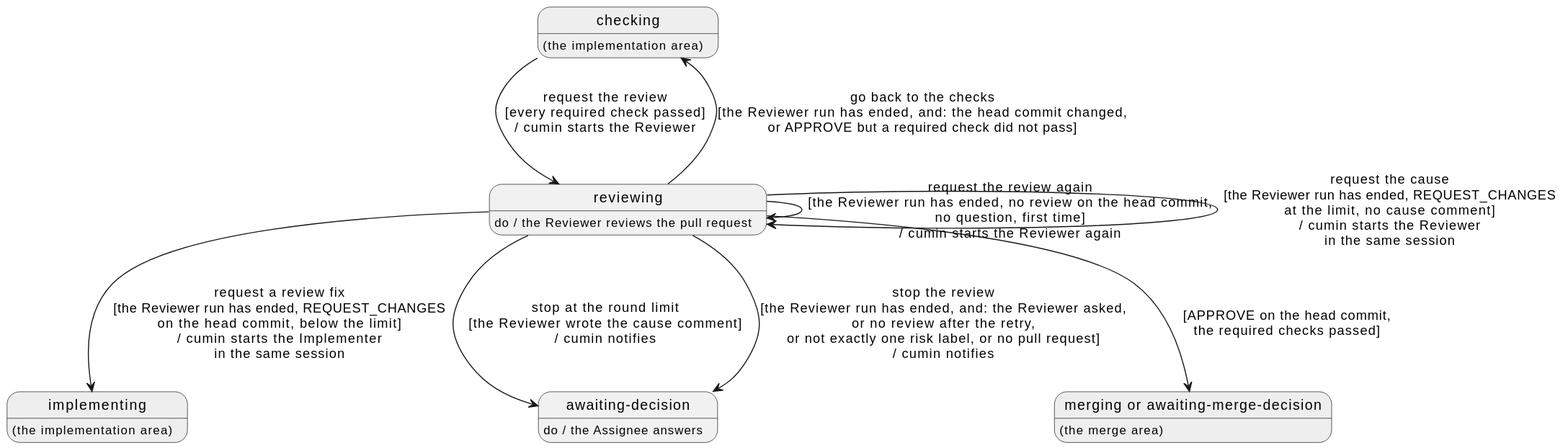
cloveclovedev/cumin-works keeps this PlantUML diagram as docs/ja/requirements/review/overview.svg. Above is the earlier version.
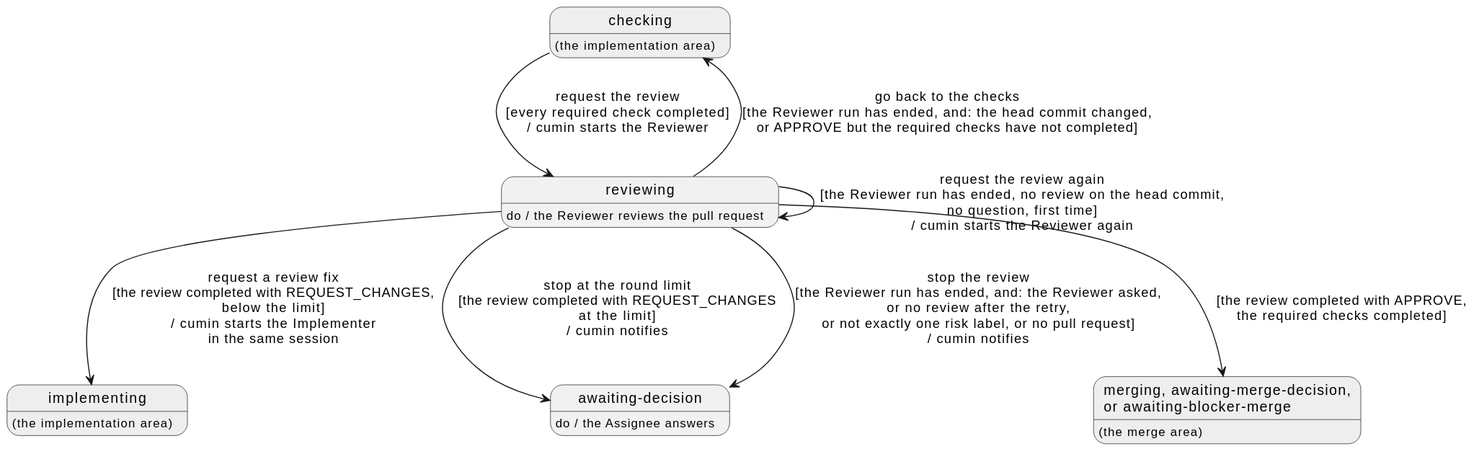
The same file after the commit.

Commit message:
docs(requirements): let the Reviewer of the last round ask the Assignee directly

What changed in the source:
```diff
@@ -14,15 +14,14 @@
 state "awaiting-decision" as Decision
 Decision : do / the Assignee answers
 
-state "merging or awaiting-merge-decision" as Merge #EEEEEE
+state "merging, awaiting-merge-decision,\nor awaiting-blocker-merge" as Merge #EEEEEE
 Merge : (the merge area)
 
-Checking --> Reviewing : request the review\n[every required check passed]\n/ cumin starts the Reviewer
-Reviewing --> Implementing : request a review fix\n[the Reviewer run has ended, REQUEST_CHANGES\non the head commit, below the limit]\n/ cumin starts the Implementer\nin the same session
-Reviewing --> Checking : go back to the checks\n[the Reviewer run has ended, and: the head commit changed,\nor APPROVE but a required check did not pass]
+Checking --> Reviewing : request the review\n[every required check completed]\n/ cumin starts the Reviewer
+Reviewing --> Implementing : request a review fix\n[the review completed with REQUEST_CHANGES,\nbelow the limit]\n/ cumin starts the Implementer\nin the same session
+Reviewing --> Checking : go back to the checks\n[the Reviewer run has ended, and: the head commit changed,\nor APPROVE but the required checks have not completed]
 Reviewing --> Reviewing : request the review again\n[the Reviewer run has ended, no review on the head commit,\nno question, first time]\n/ cumin starts the Reviewer again
-Reviewing --> Reviewing : request the cause\n[the Reviewer run has ended, REQUEST_CHANGES\nat the limit, no cause comment]\n/ cumin starts the Reviewer\nin the same session
-Reviewing --> Decision : stop at the round limit\n[the Reviewer wrote the cause comment]\n/ cumin notifies
+Reviewing --> Decision : stop at the round limit\n[the review completed with REQUEST_CHANGES\nat the limit]\n/ cumin notifies
 Reviewing --> Decision : stop the review\n[the Reviewer run has ended, and: the Reviewer asked,\nor no review after the retry,\nor not exactly one risk label, or no pull request]\n/ cumin notifies
-Reviewing --> Merge : [APPROVE on the head commit,\nthe required checks passed]
+Reviewing --> Merge : [the review completed with APPROVE,\nthe required checks completed]
 @enduml
```
